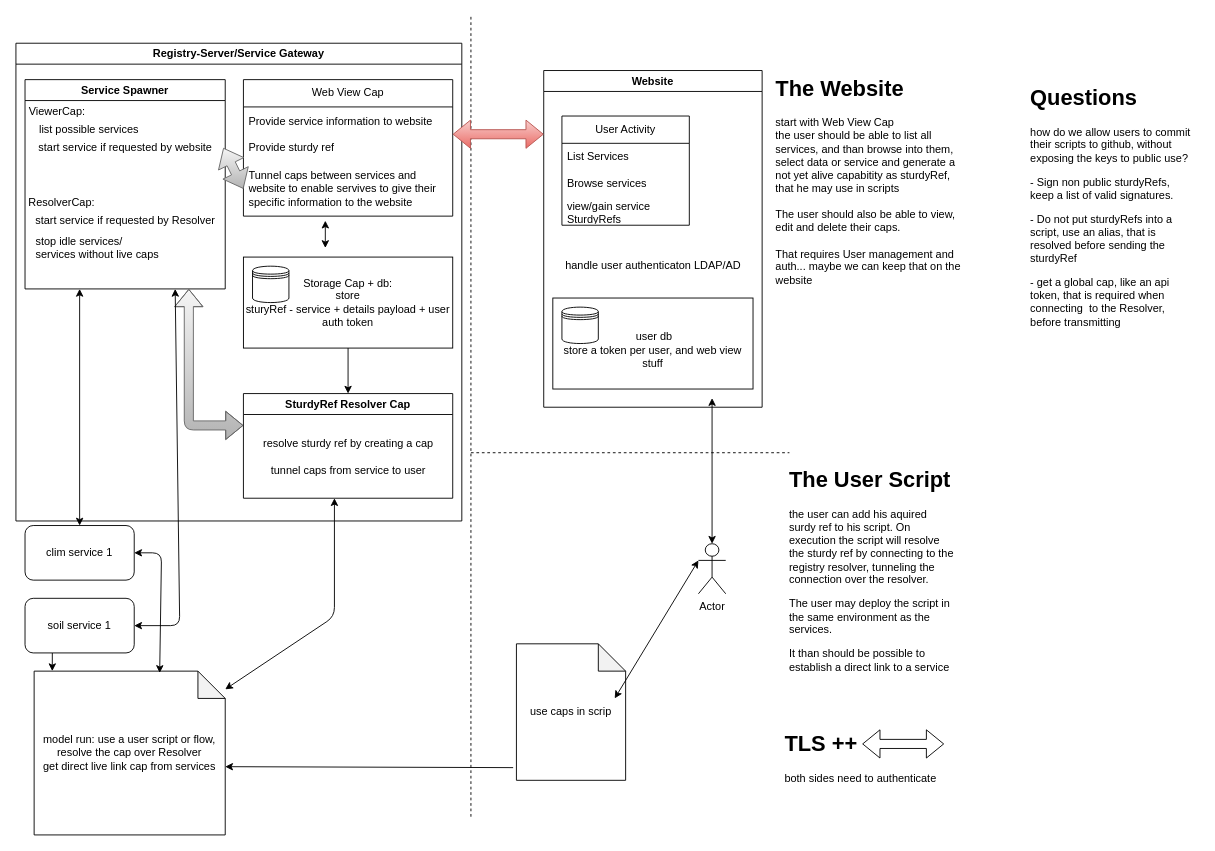
Above: concept.drawio in sannyschulz/mas-service-registry (draw.io), before the change. Source tidied: cells renumbered, new cells numbered last; positions are measured from the earlier drawing's top-left corner, leaving out a move shared by most shapes. Both pictures are drawn from the tidied source at 91%, with x=0, y=0 at pixel (15, 15).
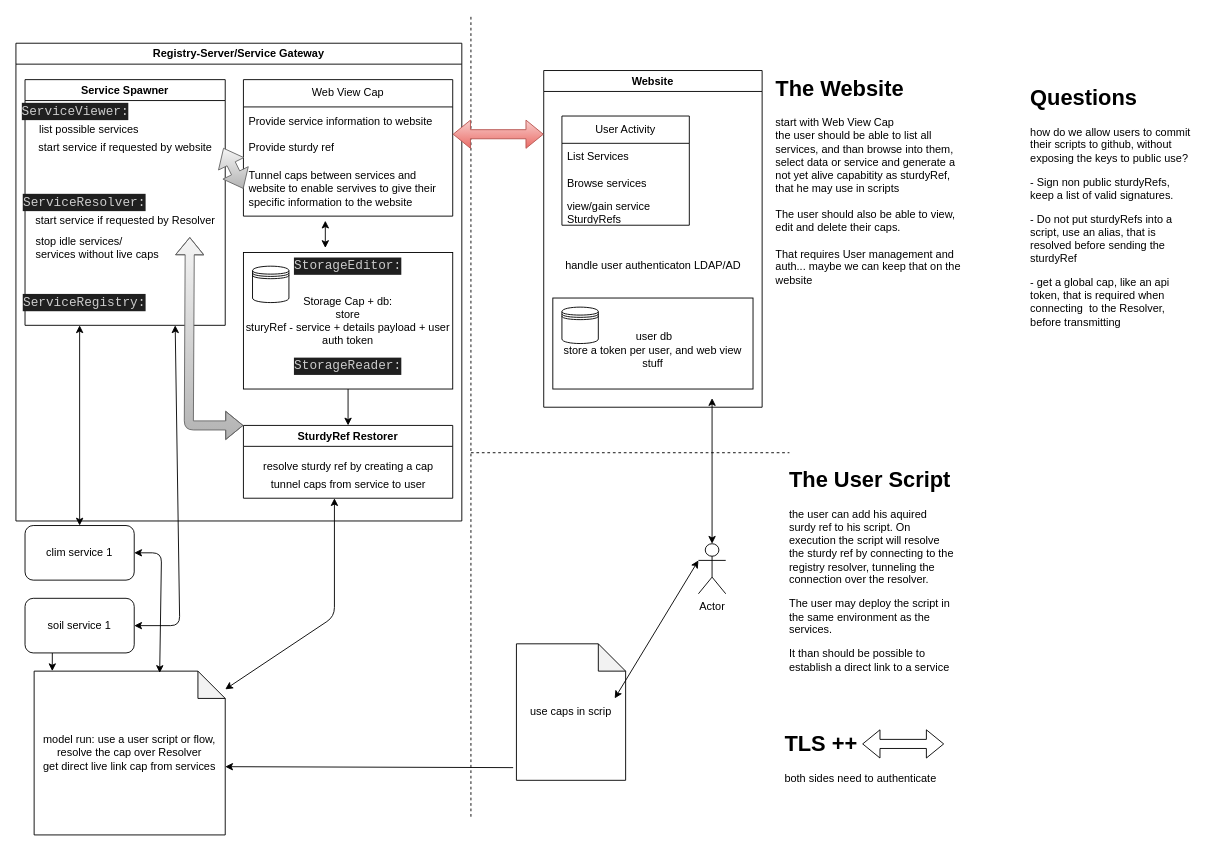
The same diagram, later.

Unchanged cells that the change refers to:
```xml
<mxCell id="10" value="Registry-Server/Service Gateway" style="swimlane;whiteSpace=wrap;html=1;" parent="1" vertex="1">
  <mxGeometry y="30" width="490" height="525" as="geometry" />
</mxCell>
<mxCell id="23" value="start service if requested by Resolver" style="text;html=1;align=center;verticalAlign=middle;points=[];strokeColor=none;fillColor=none;" parent="21" vertex="1">
  <mxGeometry y="140" width="220" height="30" as="geometry" />
</mxCell>
<mxCell id="43" value="clim service 1" style="rounded=1;whiteSpace=wrap;html=1;" parent="1" vertex="1">
  <mxGeometry x="10" y="560" width="120" height="60" as="geometry" />
</mxCell>
```

What changed in the source:
```diff
@@
     <mxCell id="15" value="Storage Cap + db:&lt;br&gt;store&lt;br&gt;sturyRef - service + details payload + user auth token" style="rounded=0;whiteSpace=wrap;html=1;" parent="10" vertex="1">
-      <mxGeometry x="250" y="235" width="230" height="100" as="geometry" />
+      <mxGeometry x="250" y="230" width="230" height="150" as="geometry" />
     </mxCell>
-    <mxCell id="16" value="SturdyRef Resolver Cap" style="swimlane;whiteSpace=wrap;html=1;" parent="10" vertex="1">
-      <mxGeometry x="250" y="385" width="230" height="115" as="geometry" />
+    <mxCell id="16" value="SturdyRef Restorer" style="swimlane;whiteSpace=wrap;html=1;" parent="10" vertex="1">
+      <mxGeometry x="250" y="420" width="230" height="80" as="geometry" />
     </mxCell>
     <mxCell id="17" value="resolve sturdy ref by creating a cap" style="text;html=1;align=center;verticalAlign=middle;strokeColor=none;fillColor=none;" parent="16" vertex="1">
-      <mxGeometry x="10" y="40" width="210" height="30" as="geometry" />
+      <mxGeometry x="10" y="30" width="210" height="30" as="geometry" />
     </mxCell>
     <mxCell id="18" value="tunnel caps from service to user" style="text;html=1;align=center;verticalAlign=middle;strokeColor=none;fillColor=none;" parent="16" vertex="1">
-      <mxGeometry x="20" y="70" width="190" height="30" as="geometry" />
+      <mxGeometry x="20" y="50" width="190" height="30" as="geometry" />
     </mxCell>
@@
     <mxCell id="21" value="Service Spawner" style="swimlane;whiteSpace=wrap;html=1;" parent="10" vertex="1">
-      <mxGeometry x="10" y="40" width="220" height="230" as="geometry" />
+      <mxGeometry x="10" y="40" width="220" height="270" as="geometry" />
     </mxCell>
@@
-    <mxCell id="25" value="ViewerCap:" style="text;html=1;align=center;verticalAlign=middle;strokeColor=none;fillColor=none;" parent="21" vertex="1">
-      <mxGeometry x="-10" y="20" width="90" height="30" as="geometry" />
+    <mxCell id="25" value="&lt;div style=&quot;color: rgb(204, 204, 204); background-color: rgb(31, 31, 31); font-family: Consolas, &amp;quot;Courier New&amp;quot;, monospace; font-size: 14px; line-height: 19px;&quot;&gt;ServiceViewer:&lt;/div&gt;" style="text;html=1;align=center;verticalAlign=middle;strokeColor=none;fillColor=none;" parent="21" vertex="1">
+      <mxGeometry x="-10" y="20" width="130" height="30" as="geometry" />
     </mxCell>
@@
-    <mxCell id="27" value="ResolverCap:" style="text;html=1;align=center;verticalAlign=middle;strokeColor=none;fillColor=none;" parent="21" vertex="1">
-      <mxGeometry x="-10" y="120" width="100" height="30" as="geometry" />
+    <mxCell id="27" value="&lt;div style=&quot;color: rgb(204, 204, 204); background-color: rgb(31, 31, 31); font-family: Consolas, &amp;quot;Courier New&amp;quot;, monospace; font-size: 14px; line-height: 19px;&quot;&gt;ServiceResolver:&lt;/div&gt;" style="text;html=1;align=center;verticalAlign=middle;strokeColor=none;fillColor=none;" parent="21" vertex="1">
+      <mxGeometry x="-10" y="120" width="150" height="30" as="geometry" />
     </mxCell>
+    <mxCell id="51" value="&lt;div style=&quot;color: rgb(204, 204, 204); background-color: rgb(31, 31, 31); font-family: Consolas, &amp;quot;Courier New&amp;quot;, monospace; font-size: 14px; line-height: 19px;&quot;&gt;ServiceRegistry:&lt;/div&gt;" style="text;html=1;strokeColor=none;fillColor=none;align=center;verticalAlign=middle;whiteSpace=wrap;rounded=0;" parent="21" vertex="1">
+      <mxGeometry x="2.5" y="230" width="125" height="30" as="geometry" />
+    </mxCell>
@@
-    <mxCell id="29" style="shape=flexArrow;endArrow=classic;startArrow=classic;html=1;fillColor=#f5f5f5;gradientColor=#b3b3b3;strokeColor=#666666;" parent="10" edge="1">
+    <mxCell id="29" style="shape=flexArrow;endArrow=classic;startArrow=classic;html=1;fillColor=#f5f5f5;gradientColor=#b3b3b3;strokeColor=#666666;exitX=0.823;exitY=1.1;exitDx=0;exitDy=0;exitPerimeter=0;" parent="10" edge="1" source="23">
       <mxGeometry relative="1" as="geometry">
-        <mxPoint x="190" y="270" as="sourcePoint" />
         <mxPoint x="250" y="420" as="targetPoint" />
         <Array as="points">
           <mxPoint x="190" y="420" />
         </Array>
       </mxGeometry>
     </mxCell>
+    <mxCell id="52" value="&lt;div style=&quot;color: rgb(204, 204, 204); background-color: rgb(31, 31, 31); font-family: Consolas, &amp;quot;Courier New&amp;quot;, monospace; font-size: 14px; line-height: 19px;&quot;&gt;StorageEditor:&lt;/div&gt;" style="text;html=1;strokeColor=none;fillColor=none;align=center;verticalAlign=middle;whiteSpace=wrap;rounded=0;" parent="10" vertex="1">
+      <mxGeometry x="335" y="230" width="60" height="30" as="geometry" />
+    </mxCell>
+    <mxCell id="53" value="&lt;div style=&quot;color: rgb(204, 204, 204); background-color: rgb(31, 31, 31); font-family: Consolas, &amp;quot;Courier New&amp;quot;, monospace; font-size: 14px; line-height: 19px;&quot;&gt;StorageReader:&lt;/div&gt;" style="text;html=1;strokeColor=none;fillColor=none;align=center;verticalAlign=middle;whiteSpace=wrap;rounded=0;" parent="10" vertex="1">
+      <mxGeometry x="335" y="340" width="60" height="30" as="geometry" />
+    </mxCell>
@@
     <mxCell id="46" style="endArrow=classic;startArrow=classic;html=1;exitX=0.5;exitY=0;exitDx=0;exitDy=0;" parent="1" edge="1" source="43">
       <mxGeometry relative="1" as="geometry">
-        <mxPoint x="70" y="300" as="targetPoint" />
+        <mxPoint x="70" y="340" as="targetPoint" />
       </mxGeometry>
     </mxCell>
```
